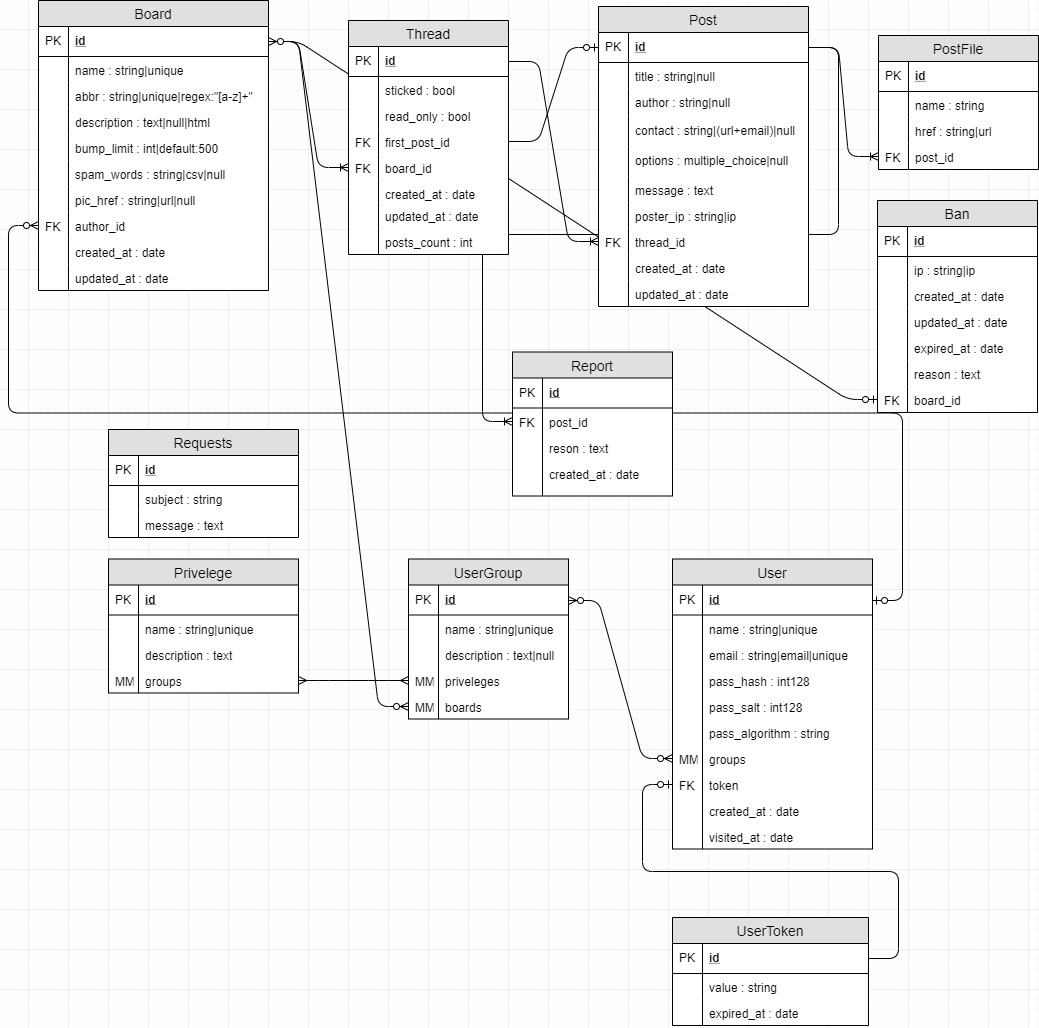
The draw.io diagram Imageboard-models.png in Lebed-kun/imageboard, before a commit. Source tidied: cells renumbered, new cells last; positions are measured from the earlier drawing's top-left corner, leaving out a move shared by most shapes.
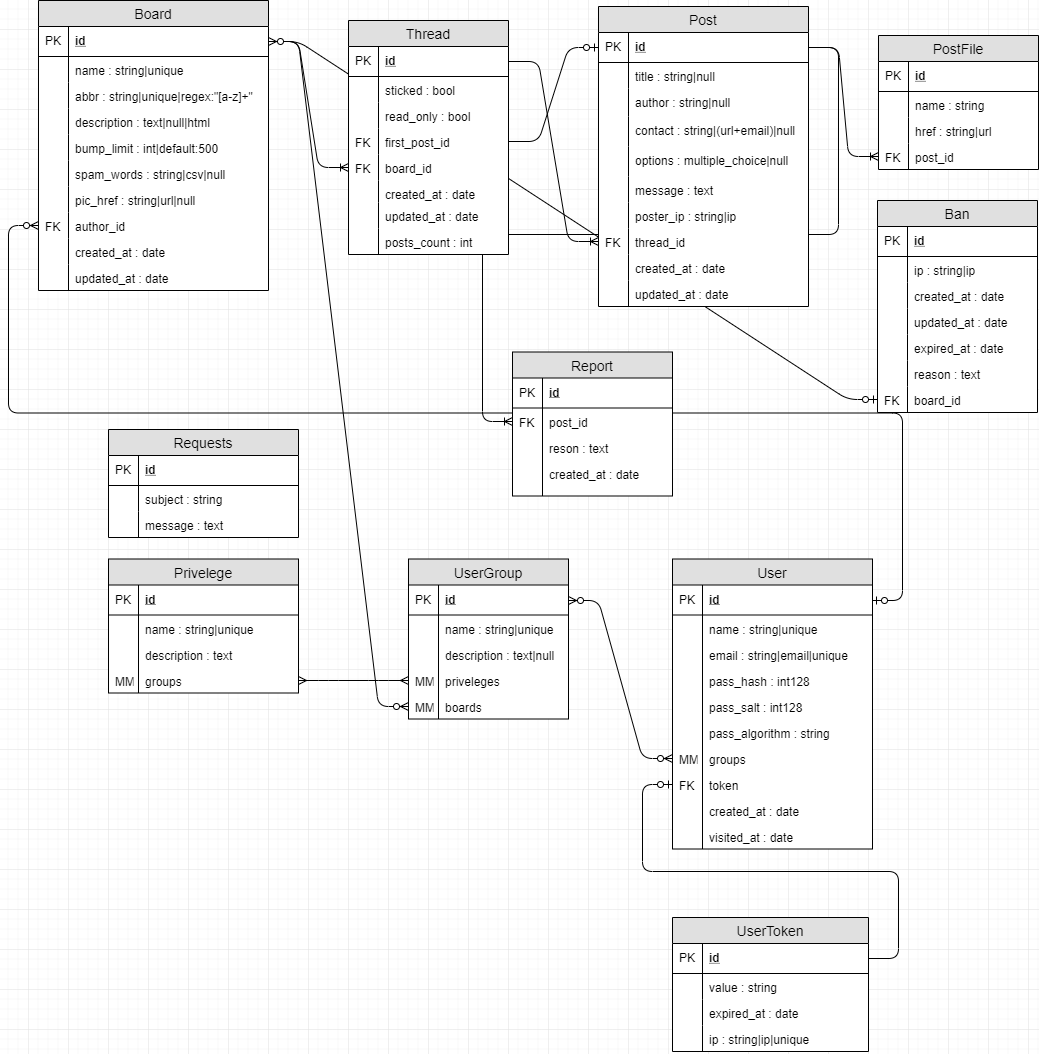
After the change.

The edit, as a diff of the source:
```diff
@@ -459,7 +459,7 @@
       <mxGeometry width="30" height="26" as="geometry" />
     </mxCell>
     <mxCell id="154" value="UserToken" style="swimlane;fontStyle=0;horizontal=1;startSize=26;fillColor=#e0e0e0;swimlaneFillColor=#ffffff;align=center;fontSize=14;" parent="1" vertex="1">
-      <mxGeometry x="634" y="917" width="196" height="108" as="geometry" />
+      <mxGeometry x="634" y="917" width="196" height="134" as="geometry" />
     </mxCell>
     <mxCell id="155" value="id" style="shape=partialRectangle;top=0;left=0;right=0;bottom=1;align=left;verticalAlign=middle;fillColor=none;spacingLeft=34;spacingRight=4;overflow=hidden;points=[[0,0.5],[1,0.5]];portConstraint=eastwest;fontStyle=5;fontSize=12;" parent="154" vertex="1">
       <mxGeometry y="26" width="196" height="30" as="geometry" />
@@ -479,6 +479,12 @@
     <mxCell id="160" style="shape=partialRectangle;top=0;left=0;bottom=0;fillColor=none;align=left;verticalAlign=top;spacingLeft=4;spacingRight=4;overflow=hidden;fontSize=12;" parent="159" vertex="1">
       <mxGeometry width="30" height="26" as="geometry" />
     </mxCell>
+    <mxCell id="162" value="ip : string|ip|unique" style="shape=partialRectangle;top=0;left=0;right=0;bottom=0;align=left;verticalAlign=top;fillColor=none;spacingLeft=34;spacingRight=4;overflow=hidden;fontSize=12;" parent="154" vertex="1">
+      <mxGeometry y="108" width="196" height="26" as="geometry" />
+    </mxCell>
+    <mxCell id="163" style="shape=partialRectangle;top=0;left=0;bottom=0;fillColor=none;align=left;verticalAlign=top;spacingLeft=4;spacingRight=4;overflow=hidden;fontSize=12;" parent="162" vertex="1">
+      <mxGeometry width="30" height="26" as="geometry" />
+    </mxCell>
     <mxCell id="161" style="edgeStyle=entityRelationEdgeStyle;fontSize=12;html=1;endArrow=ERzeroToOne;endFill=1;exitX=1;exitY=0.5;exitDx=0;exitDy=0;entryX=0;entryY=0.5;entryDx=0;entryDy=0;" parent="1" edge="1" source="155" target="90">
       <mxGeometry relative="1" as="geometry" />
     </mxCell>
```
